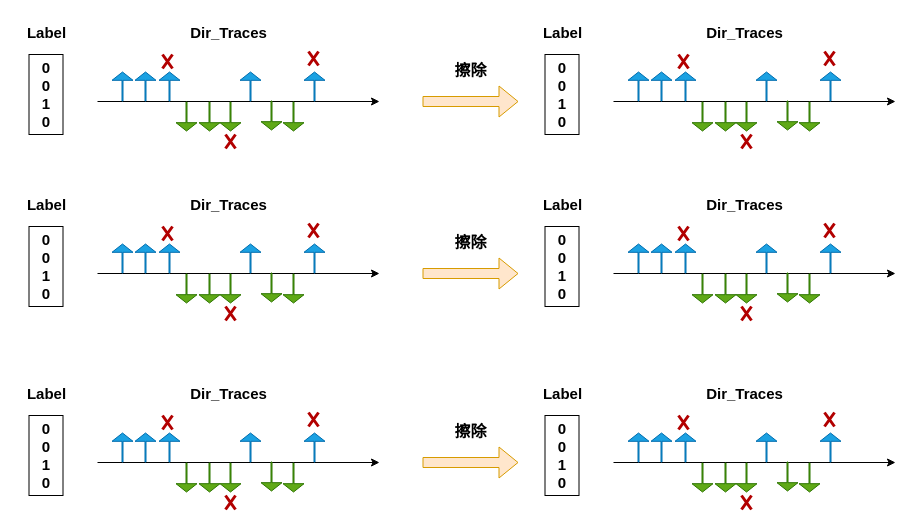
Above: 空间数据增强.drawio in lilang0710/ll (draw.io), before the change. Source tidied: cells renumbered, new cells numbered last; positions are measured from the earlier drawing's top-left corner, leaving out a move shared by most shapes. Both pictures are drawn from the tidied source at 100%, with x=0, y=0 at pixel (17, 17).
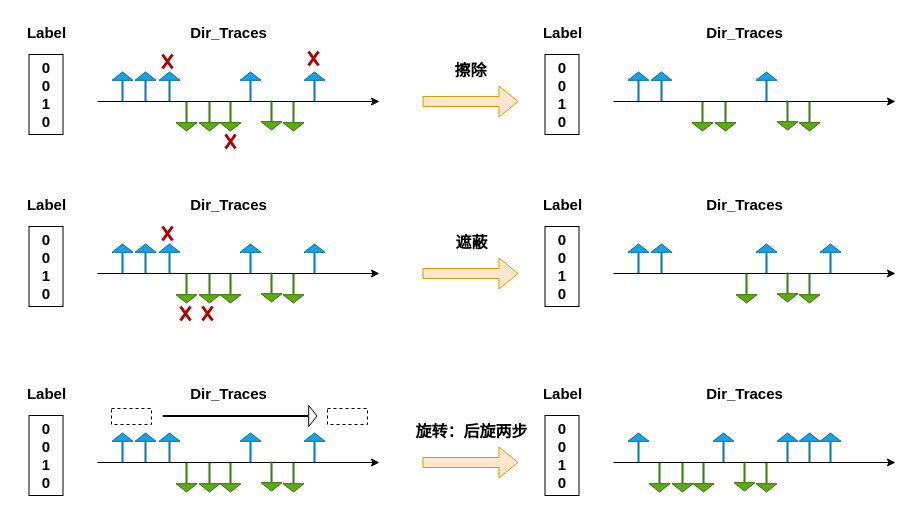
Above is the later version.

Commit message (it also covers changes not shown here):
更新空间数据增强.drawio

What changed in the source:
```diff
@@
-    <mxCell id="23" style="shape=flexArrow;endArrow=classic;html=1;rounded=0;endWidth=19;endSize=2.44;width=1;fillColor=#1ba1e2;strokeColor=#006EAF;" parent="1" edge="1">
-      <mxGeometry relative="1" as="geometry">
-        <mxPoint x="668" y="84" as="sourcePoint" />
-        <mxPoint x="668" y="54" as="targetPoint" />
-      </mxGeometry>
-    </mxCell>
@@
-    <mxCell id="27" style="shape=flexArrow;endArrow=classic;html=1;rounded=0;fillColor=#60a917;strokeColor=#2D7600;endWidth=19;endSize=2.44;width=1;" parent="1" edge="1">
-      <mxGeometry relative="1" as="geometry">
-        <mxPoint x="729" y="84" as="sourcePoint" />
-        <mxPoint x="729" y="114" as="targetPoint" />
-      </mxGeometry>
-    </mxCell>
@@
-    <mxCell id="31" style="shape=flexArrow;endArrow=classic;html=1;rounded=0;endWidth=19;endSize=2.44;width=1;fillColor=#1ba1e2;strokeColor=#006EAF;" parent="1" edge="1">
-      <mxGeometry relative="1" as="geometry">
-        <mxPoint x="813" y="84" as="sourcePoint" />
-        <mxPoint x="813" y="54" as="targetPoint" />
-      </mxGeometry>
-    </mxCell>
@@
-    <mxCell id="35" style="shape=umlDestroy;whiteSpace=wrap;html=1;strokeWidth=3;targetShapes=umlLifeline;fillColor=#e51400;fontColor=#ffffff;strokeColor=#B20000;" parent="1" vertex="1">
-      <mxGeometry x="807" y="34" width="10" height="14" as="geometry" />
-    </mxCell>
-    <mxCell id="36" style="shape=umlDestroy;whiteSpace=wrap;html=1;strokeWidth=3;targetShapes=umlLifeline;fillColor=#e51400;fontColor=#ffffff;strokeColor=#B20000;" parent="1" vertex="1">
-      <mxGeometry x="661" y="37" width="10" height="14" as="geometry" />
-    </mxCell>
-    <mxCell id="37" style="shape=umlDestroy;whiteSpace=wrap;html=1;strokeWidth=3;targetShapes=umlLifeline;fillColor=#e51400;fontColor=#ffffff;strokeColor=#B20000;" parent="1" vertex="1">
-      <mxGeometry x="724" y="117" width="10" height="14" as="geometry" />
-    </mxCell>
@@
-    <mxCell id="40" value="&lt;font style=&quot;font-size: 16px;&quot;&gt;&lt;b&gt;擦除&lt;/b&gt;&lt;/font&gt;" style="text;html=1;align=center;verticalAlign=middle;strokeColor=none;fillColor=none;" parent="1" vertex="1">
-      <mxGeometry x="428" y="209" width="50" height="32" as="geometry" />
+    <mxCell id="40" value="&lt;font style=&quot;font-size: 16px;&quot;&gt;&lt;b&gt;遮蔽&lt;/b&gt;&lt;/font&gt;" style="text;html=1;align=center;verticalAlign=middle;strokeColor=none;fillColor=none;" parent="1" vertex="1">
+      <mxGeometry x="429" y="209" width="50" height="32" as="geometry" />
     </mxCell>
@@
     <mxCell id="54" style="shape=umlDestroy;whiteSpace=wrap;html=1;strokeWidth=3;targetShapes=umlLifeline;fillColor=#e51400;fontColor=#ffffff;strokeColor=#B20000;" parent="1" vertex="1">
-      <mxGeometry x="291" y="206" width="10" height="14" as="geometry" />
+      <mxGeometry x="185" y="289" width="10" height="14" as="geometry" />
     </mxCell>
@@
-    <mxCell id="56" style="shape=umlDestroy;whiteSpace=wrap;html=1;strokeWidth=3;targetShapes=umlLifeline;fillColor=#e51400;fontColor=#ffffff;strokeColor=#B20000;" parent="1" vertex="1">
-      <mxGeometry x="208" y="289" width="10" height="14" as="geometry" />
-    </mxCell>
@@
-    <mxCell id="59" style="shape=flexArrow;endArrow=classic;html=1;rounded=0;endWidth=19;endSize=2.44;width=1;fillColor=#1ba1e2;strokeColor=#006EAF;" parent="1" edge="1">
-      <mxGeometry relative="1" as="geometry">
-        <mxPoint x="668" y="256" as="sourcePoint" />
-        <mxPoint x="668" y="226" as="targetPoint" />
-      </mxGeometry>
-    </mxCell>
@@
-    <mxCell id="61" style="shape=flexArrow;endArrow=classic;html=1;rounded=0;fillColor=#60a917;strokeColor=#2D7600;endWidth=19;endSize=2.44;width=1;" parent="1" edge="1">
-      <mxGeometry relative="1" as="geometry">
-        <mxPoint x="685" y="256" as="sourcePoint" />
-        <mxPoint x="685" y="286" as="targetPoint" />
-      </mxGeometry>
-    </mxCell>
-    <mxCell id="62" style="shape=flexArrow;endArrow=classic;html=1;rounded=0;fillColor=#60a917;strokeColor=#2D7600;endWidth=19;endSize=2.44;width=1;" parent="1" edge="1">
-      <mxGeometry relative="1" as="geometry">
-        <mxPoint x="708" y="256" as="sourcePoint" />
-        <mxPoint x="708" y="286" as="targetPoint" />
-      </mxGeometry>
-    </mxCell>
@@
-    <mxCell id="71" style="shape=umlDestroy;whiteSpace=wrap;html=1;strokeWidth=3;targetShapes=umlLifeline;fillColor=#e51400;fontColor=#ffffff;strokeColor=#B20000;" parent="1" vertex="1">
-      <mxGeometry x="807" y="206" width="10" height="14" as="geometry" />
-    </mxCell>
-    <mxCell id="72" style="shape=umlDestroy;whiteSpace=wrap;html=1;strokeWidth=3;targetShapes=umlLifeline;fillColor=#e51400;fontColor=#ffffff;strokeColor=#B20000;" parent="1" vertex="1">
-      <mxGeometry x="661" y="209" width="10" height="14" as="geometry" />
-    </mxCell>
-    <mxCell id="73" style="shape=umlDestroy;whiteSpace=wrap;html=1;strokeWidth=3;targetShapes=umlLifeline;fillColor=#e51400;fontColor=#ffffff;strokeColor=#B20000;" parent="1" vertex="1">
-      <mxGeometry x="724" y="289" width="10" height="14" as="geometry" />
-    </mxCell>
@@
-    <mxCell id="76" value="&lt;font style=&quot;font-size: 16px;&quot;&gt;&lt;b&gt;擦除&lt;/b&gt;&lt;/font&gt;" style="text;html=1;align=center;verticalAlign=middle;strokeColor=none;fillColor=none;" parent="1" vertex="1">
-      <mxGeometry x="428" y="398" width="50" height="32" as="geometry" />
+    <mxCell id="76" value="&lt;font style=&quot;font-size: 16px;&quot;&gt;&lt;b&gt;旋转：后旋两步&lt;/b&gt;&lt;/font&gt;" style="text;html=1;align=center;verticalAlign=middle;strokeColor=none;fillColor=none;" parent="1" vertex="1">
+      <mxGeometry x="389" y="398" width="130" height="32" as="geometry" />
     </mxCell>
@@
-    <mxCell id="90" style="shape=umlDestroy;whiteSpace=wrap;html=1;strokeWidth=3;targetShapes=umlLifeline;fillColor=#e51400;fontColor=#ffffff;strokeColor=#B20000;" parent="1" vertex="1">
-      <mxGeometry x="291" y="395" width="10" height="14" as="geometry" />
-    </mxCell>
-    <mxCell id="91" style="shape=umlDestroy;whiteSpace=wrap;html=1;strokeWidth=3;targetShapes=umlLifeline;fillColor=#e51400;fontColor=#ffffff;strokeColor=#B20000;" parent="1" vertex="1">
-      <mxGeometry x="145" y="398" width="10" height="14" as="geometry" />
-    </mxCell>
-    <mxCell id="92" style="shape=umlDestroy;whiteSpace=wrap;html=1;strokeWidth=3;targetShapes=umlLifeline;fillColor=#e51400;fontColor=#ffffff;strokeColor=#B20000;" parent="1" vertex="1">
-      <mxGeometry x="208" y="478" width="10" height="14" as="geometry" />
-    </mxCell>
@@
     <mxCell id="94" style="shape=flexArrow;endArrow=classic;html=1;rounded=0;endWidth=19;endSize=2.44;width=1;fillColor=#1ba1e2;strokeColor=#006EAF;" parent="1" edge="1">
       <mxGeometry relative="1" as="geometry">
-        <mxPoint x="644" y="445" as="sourcePoint" />
-        <mxPoint x="644" y="415" as="targetPoint" />
+        <mxPoint x="813" y="445" as="sourcePoint" />
+        <mxPoint x="813" y="415" as="targetPoint" />
       </mxGeometry>
     </mxCell>
     <mxCell id="95" style="shape=flexArrow;endArrow=classic;html=1;rounded=0;endWidth=19;endSize=2.44;width=1;fillColor=#1ba1e2;strokeColor=#006EAF;" parent="1" edge="1">
       <mxGeometry relative="1" as="geometry">
-        <mxPoint x="668" y="445" as="sourcePoint" />
-        <mxPoint x="668" y="415" as="targetPoint" />
+        <mxPoint x="621" y="445" as="sourcePoint" />
+        <mxPoint x="621" y="415" as="targetPoint" />
       </mxGeometry>
     </mxCell>
     <mxCell id="96" style="shape=flexArrow;endArrow=classic;html=1;rounded=0;endWidth=19;endSize=2.44;width=1;fillColor=#1ba1e2;strokeColor=#006EAF;" parent="1" edge="1">
       <mxGeometry relative="1" as="geometry">
-        <mxPoint x="621" y="445" as="sourcePoint" />
-        <mxPoint x="621" y="415" as="targetPoint" />
+        <mxPoint x="792" y="445" as="sourcePoint" />
+        <mxPoint x="792" y="415" as="targetPoint" />
       </mxGeometry>
     </mxCell>
     <mxCell id="97" style="shape=flexArrow;endArrow=classic;html=1;rounded=0;fillColor=#60a917;strokeColor=#2D7600;endWidth=19;endSize=2.44;width=1;" parent="1" edge="1">
       <mxGeometry relative="1" as="geometry">
-        <mxPoint x="685" y="445" as="sourcePoint" />
-        <mxPoint x="685" y="475" as="targetPoint" />
+        <mxPoint x="642" y="445" as="sourcePoint" />
+        <mxPoint x="642" y="475" as="targetPoint" />
       </mxGeometry>
     </mxCell>
     <mxCell id="98" style="shape=flexArrow;endArrow=classic;html=1;rounded=0;fillColor=#60a917;strokeColor=#2D7600;endWidth=19;endSize=2.44;width=1;" parent="1" edge="1">
       <mxGeometry relative="1" as="geometry">
-        <mxPoint x="708" y="445" as="sourcePoint" />
-        <mxPoint x="708" y="475" as="targetPoint" />
+        <mxPoint x="665" y="445" as="sourcePoint" />
+        <mxPoint x="665" y="475" as="targetPoint" />
       </mxGeometry>
     </mxCell>
     <mxCell id="99" style="shape=flexArrow;endArrow=classic;html=1;rounded=0;fillColor=#60a917;strokeColor=#2D7600;endWidth=19;endSize=2.44;width=1;" parent="1" edge="1">
       <mxGeometry relative="1" as="geometry">
-        <mxPoint x="729" y="445" as="sourcePoint" />
-        <mxPoint x="729" y="475" as="targetPoint" />
+        <mxPoint x="686" y="445" as="sourcePoint" />
+        <mxPoint x="686" y="475" as="targetPoint" />
       </mxGeometry>
     </mxCell>
     <mxCell id="100" style="shape=flexArrow;endArrow=classic;html=1;rounded=0;endWidth=19;endSize=2.44;width=1;fillColor=#1ba1e2;strokeColor=#006EAF;" parent="1" edge="1">
       <mxGeometry relative="1" as="geometry">
-        <mxPoint x="749" y="445" as="sourcePoint" />
-        <mxPoint x="749" y="415" as="targetPoint" />
+        <mxPoint x="706" y="445" as="sourcePoint" />
+        <mxPoint x="706" y="415" as="targetPoint" />
       </mxGeometry>
     </mxCell>
     <mxCell id="101" style="shape=flexArrow;endArrow=classic;html=1;rounded=0;fillColor=#60a917;strokeColor=#2D7600;endWidth=19;endSize=2.44;width=1;" parent="1" edge="1">
       <mxGeometry relative="1" as="geometry">
-        <mxPoint x="770" y="444" as="sourcePoint" />
-        <mxPoint x="770" y="474" as="targetPoint" />
+        <mxPoint x="727" y="444" as="sourcePoint" />
+        <mxPoint x="727" y="474" as="targetPoint" />
       </mxGeometry>
     </mxCell>
     <mxCell id="102" style="shape=flexArrow;endArrow=classic;html=1;rounded=0;fillColor=#60a917;strokeColor=#2D7600;endWidth=19;endSize=2.44;width=1;" parent="1" edge="1">
       <mxGeometry relative="1" as="geometry">
-        <mxPoint x="792" y="445" as="sourcePoint" />
-        <mxPoint x="792" y="475" as="targetPoint" />
+        <mxPoint x="749" y="445" as="sourcePoint" />
+        <mxPoint x="749" y="475" as="targetPoint" />
       </mxGeometry>
     </mxCell>
     <mxCell id="103" style="shape=flexArrow;endArrow=classic;html=1;rounded=0;endWidth=19;endSize=2.44;width=1;fillColor=#1ba1e2;strokeColor=#006EAF;" parent="1" edge="1">
       <mxGeometry relative="1" as="geometry">
-        <mxPoint x="813" y="445" as="sourcePoint" />
-        <mxPoint x="813" y="415" as="targetPoint" />
+        <mxPoint x="770" y="445" as="sourcePoint" />
+        <mxPoint x="770" y="415" as="targetPoint" />
       </mxGeometry>
     </mxCell>
@@
-    <mxCell id="107" style="shape=umlDestroy;whiteSpace=wrap;html=1;strokeWidth=3;targetShapes=umlLifeline;fillColor=#e51400;fontColor=#ffffff;strokeColor=#B20000;" parent="1" vertex="1">
-      <mxGeometry x="807" y="395" width="10" height="14" as="geometry" />
-    </mxCell>
-    <mxCell id="108" style="shape=umlDestroy;whiteSpace=wrap;html=1;strokeWidth=3;targetShapes=umlLifeline;fillColor=#e51400;fontColor=#ffffff;strokeColor=#B20000;" parent="1" vertex="1">
-      <mxGeometry x="661" y="398" width="10" height="14" as="geometry" />
-    </mxCell>
-    <mxCell id="109" style="shape=umlDestroy;whiteSpace=wrap;html=1;strokeWidth=3;targetShapes=umlLifeline;fillColor=#e51400;fontColor=#ffffff;strokeColor=#B20000;" parent="1" vertex="1">
-      <mxGeometry x="724" y="478" width="10" height="14" as="geometry" />
-    </mxCell>
+    <mxCell id="110" style="shape=umlDestroy;whiteSpace=wrap;html=1;strokeWidth=3;targetShapes=umlLifeline;fillColor=#e51400;fontColor=#ffffff;strokeColor=#B20000;" parent="1" vertex="1">
+      <mxGeometry x="163" y="289" width="10" height="14" as="geometry" />
+    </mxCell>
+    <mxCell id="111" style="rounded=0;whiteSpace=wrap;html=1;dashed=1;strokeColor=#000000;" parent="1" vertex="1">
+      <mxGeometry x="94" y="391" width="40" height="16" as="geometry" />
+    </mxCell>
+    <mxCell id="112" style="rounded=0;whiteSpace=wrap;html=1;dashed=1;strokeColor=#000000;" parent="1" vertex="1">
+      <mxGeometry x="310" y="391" width="40" height="16" as="geometry" />
+    </mxCell>
+    <mxCell id="113" style="shape=flexArrow;endArrow=classic;html=1;rounded=0;endWidth=19;endSize=2.44;width=1;" parent="1" edge="1">
+      <mxGeometry relative="1" as="geometry">
+        <mxPoint x="145" y="398.5" as="sourcePoint" />
+        <mxPoint x="300" y="398.5" as="targetPoint" />
+      </mxGeometry>
+    </mxCell>
```
